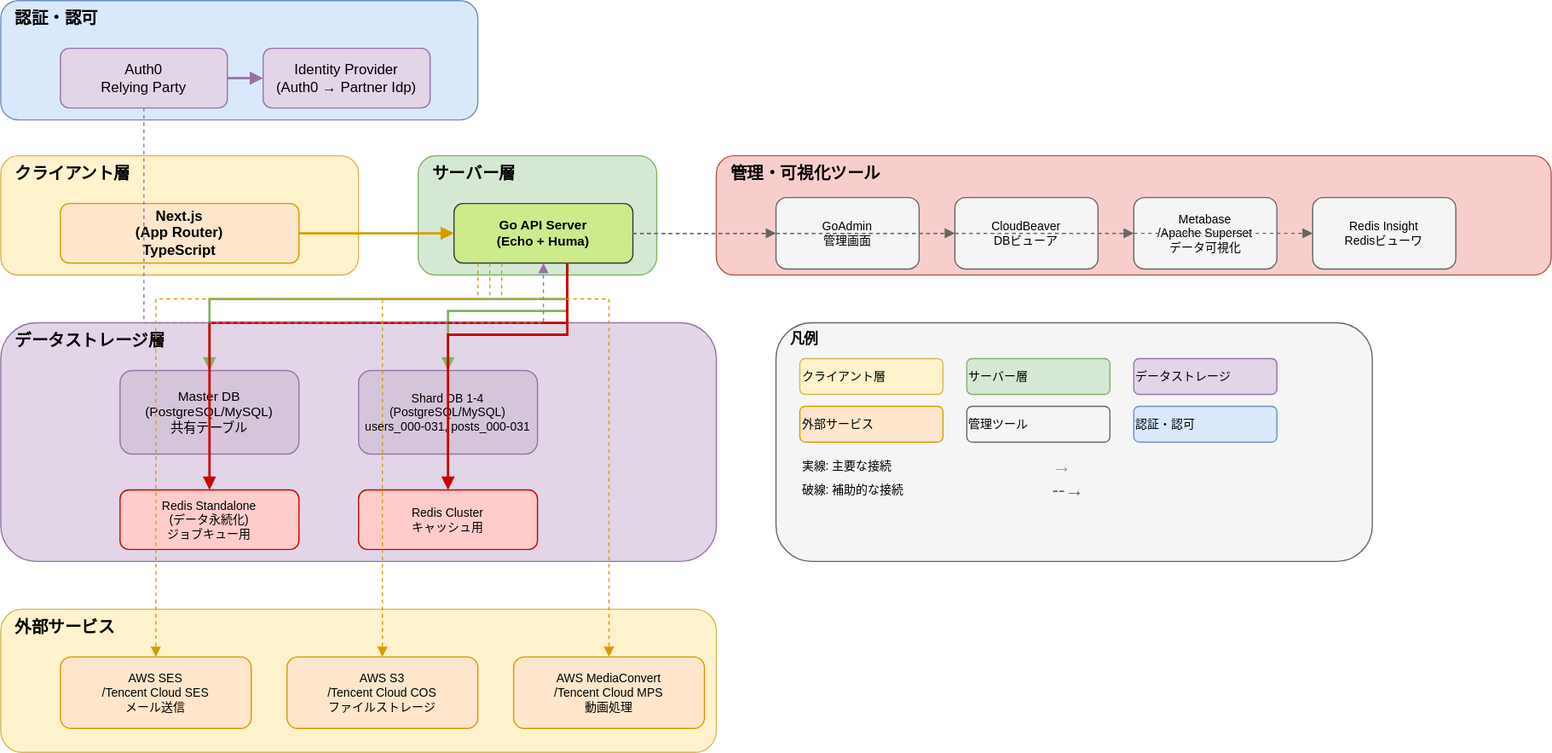
Earlier version of the draw.io export docs/System-Configuration.drawio.svg (taku-o/go-webdb-template). Source tidied: cells renumbered, new cells last; positions are measured from the earlier drawing's top-left corner, leaving out a move shared by most shapes.
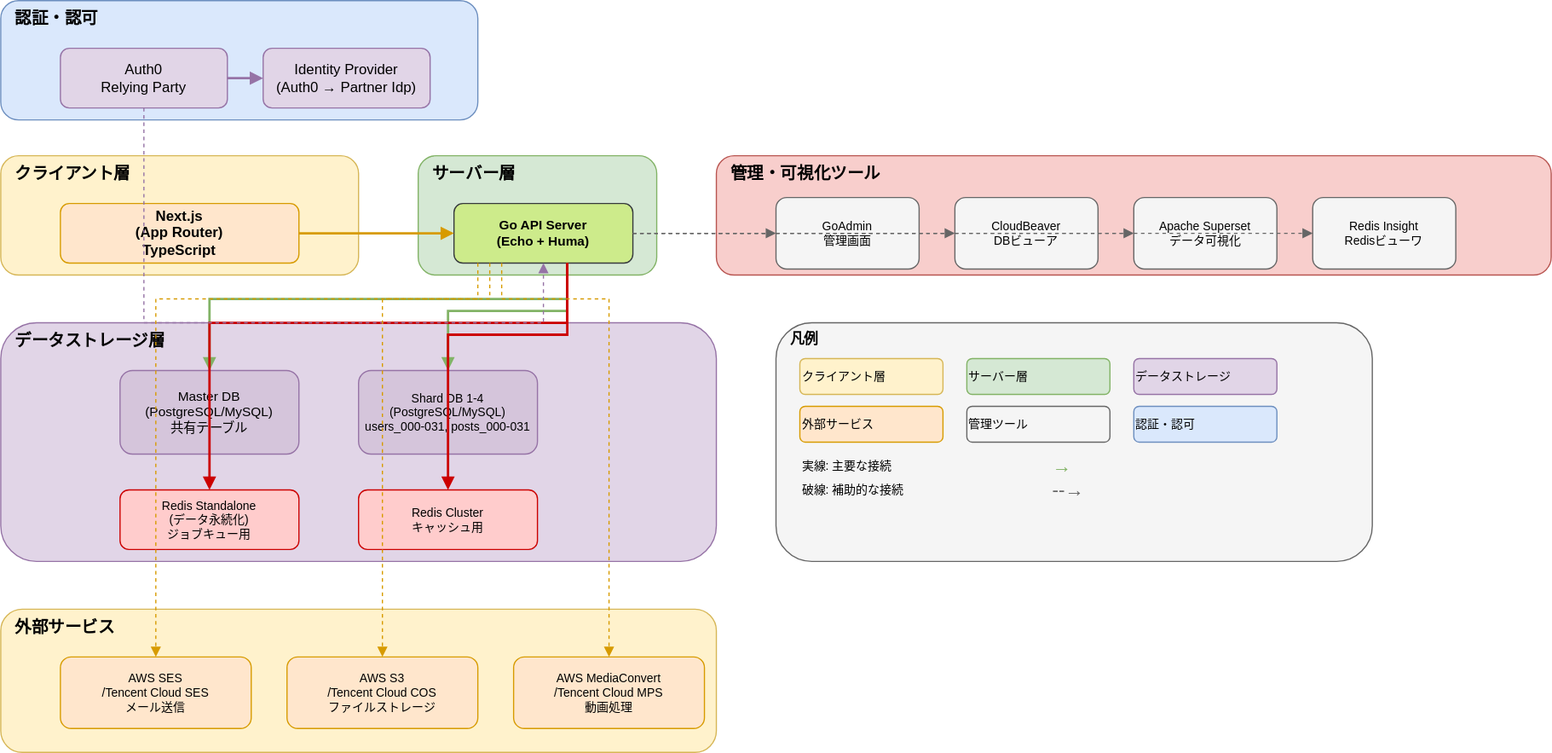
The same file after the commit.

Diff of the diagram source:
```diff
@@ -38,7 +38,7 @@
     <mxCell id="13" value="CloudBeaver&#10;DBビューア" style="rounded=1;whiteSpace=wrap;html=1;fillColor=#f5f5f5;strokeColor=#666666;align=center;verticalAlign=middle;fontSize=10;" parent="1" vertex="1">
       <mxGeometry x="800" y="165" width="120" height="60" as="geometry" />
     </mxCell>
-    <mxCell id="14" value="Metabase&lt;br&gt;/Apache Superset&lt;br&gt;データ可視化" style="rounded=1;whiteSpace=wrap;html=1;fillColor=#f5f5f5;strokeColor=#666666;align=center;verticalAlign=middle;fontSize=10;" parent="1" vertex="1">
+    <mxCell id="14" value="Apache Superset&lt;br&gt;データ可視化" style="rounded=1;whiteSpace=wrap;html=1;fillColor=#f5f5f5;strokeColor=#666666;align=center;verticalAlign=middle;fontSize=10;" parent="1" vertex="1">
       <mxGeometry x="950" y="165" width="120" height="60" as="geometry" />
     </mxCell>
     <mxCell id="15" value="Redis Insight&lt;br&gt;Redisビューワ" style="rounded=1;whiteSpace=wrap;html=1;fillColor=#f5f5f5;strokeColor=#666666;align=center;verticalAlign=middle;fontSize=10;" parent="1" vertex="1">
```
